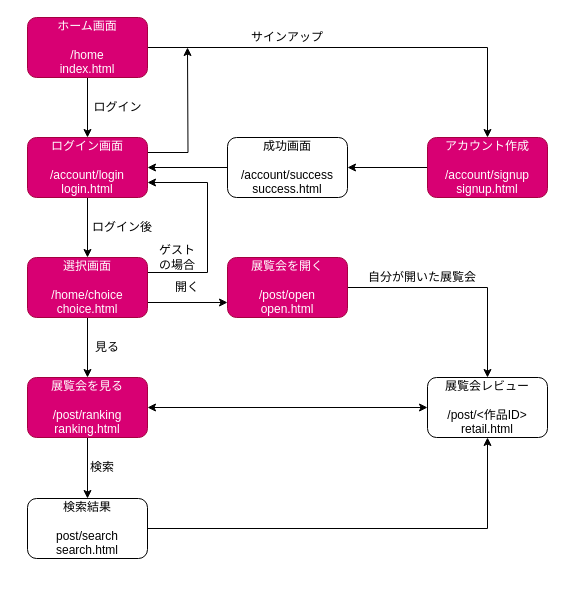
Earlier version of the draw.io diagram plan.drawio (012xx/online_museum). Source tidied: cells renumbered, new cells numbered last; positions are measured from the earlier drawing's top-left corner, leaving out a move shared by most shapes. Both pictures are drawn from the tidied source at 100%, with x=0, y=0 at pixel (27, 17).
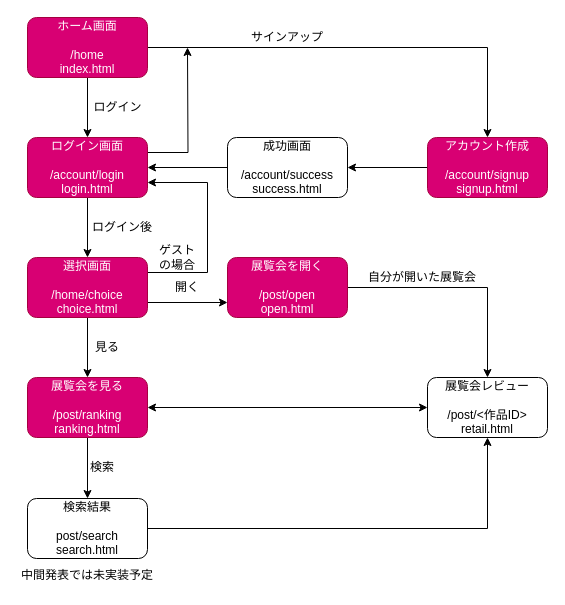
Above is the later version.

What changed in the source:
```diff
@@
+    <mxCell id="32" value="中間発表では未実装予定" style="text;html=1;strokeColor=none;fillColor=none;align=center;verticalAlign=middle;whiteSpace=wrap;rounded=0;" parent="1" vertex="1">
+      <mxGeometry x="-10" y="545" width="140" height="25" as="geometry" />
+    </mxCell>
```
